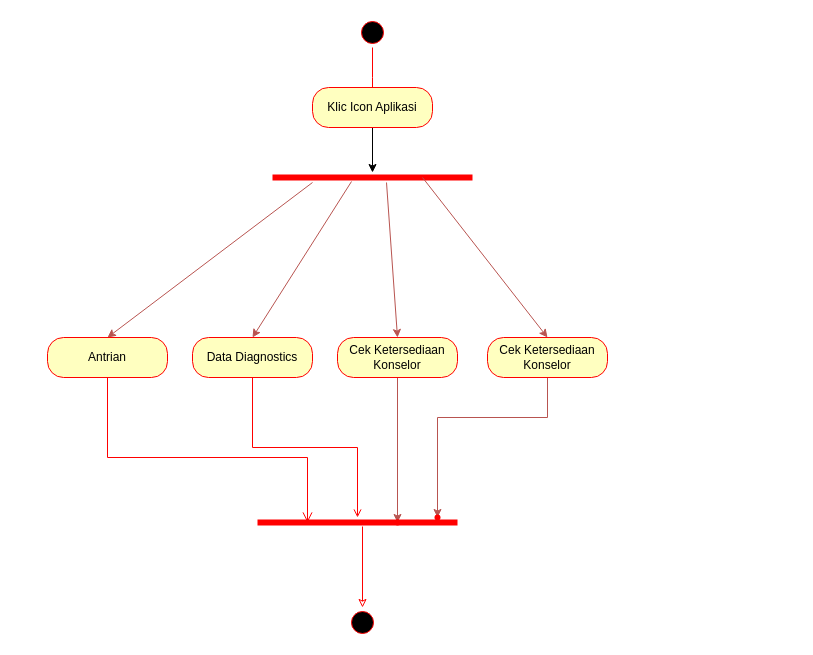
mahesri/uml_ads_sms3 keeps this draw.io diagram as Mini-Proj/Activity Entry Form.drawio. Above is the earlier version. Source tidied: cells renumbered, new cells numbered last; positions are measured from the earlier drawing's top-left corner, leaving out a move shared by most shapes. Both pictures are drawn from the tidied source at 100%, with x=0, y=0 at pixel (47, 17).
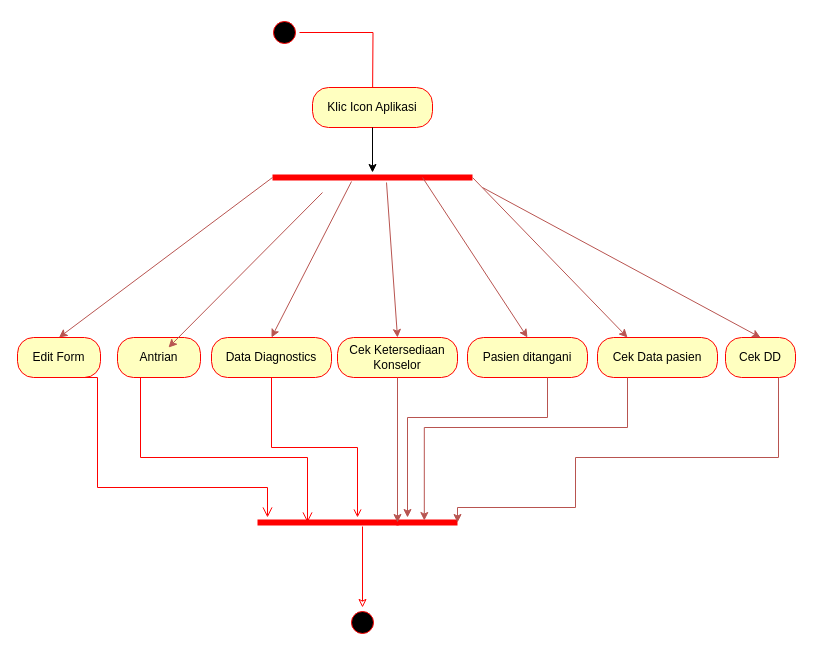
Above is the later version.

Unchanged cells that the change refers to:
```xml
<mxCell id="5" value="Klic Icon Aplikasi" style="rounded=1;whiteSpace=wrap;html=1;arcSize=40;fontColor=#000000;fillColor=#ffffc0;strokeColor=#ff0000;" parent="1" vertex="1">
  <mxGeometry x="265" y="70" width="120" height="40" as="geometry" />
</mxCell>
<mxCell id="6" style="shape=line;html=1;strokeWidth=6;strokeColor=#ff0000;" parent="1" vertex="1">
  <mxGeometry x="225" y="155" width="200" height="10" as="geometry" />
</mxCell>
<mxCell id="14" value="Cek Ketersediaan&lt;br&gt;Konselor" style="rounded=1;whiteSpace=wrap;html=1;arcSize=40;fontColor=#000000;fillColor=#ffffc0;strokeColor=#ff0000;" parent="1" vertex="1">
  <mxGeometry x="290" y="320" width="120" height="40" as="geometry" />
</mxCell>
<mxCell id="18" style="shape=line;html=1;strokeWidth=6;strokeColor=#ff0000;" parent="1" vertex="1">
  <mxGeometry x="210" y="500" width="200" height="10" as="geometry" />
</mxCell>
<mxCell id="20" style="shape=waypoint;sketch=0;size=6;points=[];fillColor=#ffffc0;perimeter=centerPerimeter;snapToPoint=1;strokeColor=#ff0000;fontColor=#000000;rounded=1;arcSize=40;" parent="1" vertex="1">
  <mxGeometry x="340" y="495" width="20" height="20" as="geometry" />
</mxCell>
```

What changed in the source:
```diff
@@
     <mxCell id="2" style="ellipse;html=1;shape=startState;fillColor=#000000;strokeColor=#ff0000;" parent="1" vertex="1">
-      <mxGeometry x="310" width="30" height="30" as="geometry" />
+      <mxGeometry x="222" width="30" height="30" as="geometry" />
     </mxCell>
@@
-    <mxCell id="4" style="edgeStyle=orthogonalEdgeStyle;rounded=0;jettySize=auto;html=1;" parent="1" edge="1" source="5" target="6">
-      <mxGeometry relative="1" as="geometry" />
-    </mxCell>
@@
+    <mxCell id="4" style="edgeStyle=orthogonalEdgeStyle;rounded=0;jettySize=auto;html=1;" parent="1" edge="1" source="5" target="6">
+      <mxGeometry relative="1" as="geometry" />
+    </mxCell>
-    <mxCell id="7" style="endArrow=classic;html=1;rounded=0;fillColor=#f8cecc;strokeColor=#b85450;entryX=0.5;entryY=0;entryDx=0;entryDy=0;" parent="1" edge="1" target="8">
-      <mxGeometry relative="1" as="geometry">
-        <mxPoint x="265" y="165" as="sourcePoint" />
-      </mxGeometry>
+    <mxCell id="7" style="endArrow=classic;html=1;rounded=0;fillColor=#f8cecc;strokeColor=#b85450;entryX=0.5;entryY=0;entryDx=0;entryDy=0;exitX=0;exitY=0.5;exitDx=0;exitDy=0;exitPerimeter=0;" parent="1" edge="1" source="6" target="30">
+      <mxGeometry relative="1" as="geometry" />
     </mxCell>
     <mxCell id="8" value="Antrian" style="rounded=1;whiteSpace=wrap;html=1;arcSize=40;fontColor=#000000;fillColor=#ffffc0;strokeColor=#ff0000;" parent="1" vertex="1">
-      <mxGeometry y="320" width="120" height="40" as="geometry" />
+      <mxGeometry x="70" y="320" width="83" height="40" as="geometry" />
     </mxCell>
     <mxCell id="9" style="edgeStyle=orthogonalEdgeStyle;html=1;verticalAlign=bottom;endArrow=open;endSize=8;strokeColor=#ff0000;rounded=0;entryX=0.25;entryY=0.5;entryDx=0;entryDy=0;entryPerimeter=0;" parent="1" edge="1" source="8" target="18">
       <mxGeometry relative="1" as="geometry">
         <Array as="points">
-          <mxPoint x="60" y="440" />
+          <mxPoint x="93" y="440" />
           <mxPoint x="260" y="440" />
         </Array>
       </mxGeometry>
     </mxCell>
@@
     <mxCell id="11" value="Data Diagnostics" style="rounded=1;whiteSpace=wrap;html=1;arcSize=40;fontColor=#000000;fillColor=#ffffc0;strokeColor=#ff0000;" parent="1" vertex="1">
-      <mxGeometry x="145" y="320" width="120" height="40" as="geometry" />
+      <mxGeometry x="164" y="320" width="120" height="40" as="geometry" />
     </mxCell>
@@
-    <mxCell id="13" style="edgeStyle=orthogonalEdgeStyle;rounded=0;jettySize=auto;html=1;fillColor=#f8cecc;strokeColor=#b85450;" parent="1" edge="1" source="14" target="20">
-      <mxGeometry relative="1" as="geometry" />
-    </mxCell>
@@
-    <mxCell id="16" style="edgeStyle=orthogonalEdgeStyle;rounded=0;jettySize=auto;html=1;fillColor=#f8cecc;strokeColor=#b85450;" parent="1" edge="1" source="17" target="21">
-      <mxGeometry relative="1" as="geometry">
-        <Array as="points">
-          <mxPoint x="500" y="400" />
-          <mxPoint x="390" y="400" />
-        </Array>
-      </mxGeometry>
-    </mxCell>
-    <mxCell id="17" value="Cek Ketersediaan Konselor" style="rounded=1;whiteSpace=wrap;html=1;arcSize=40;fontColor=#000000;fillColor=#ffffc0;strokeColor=#ff0000;" parent="1" vertex="1">
-      <mxGeometry x="440" y="320" width="120" height="40" as="geometry" />
+    <mxCell id="17" value="Pasien ditangani" style="rounded=1;whiteSpace=wrap;html=1;arcSize=40;fontColor=#000000;fillColor=#ffffc0;strokeColor=#ff0000;" parent="1" vertex="1">
+      <mxGeometry x="420" y="320" width="120" height="40" as="geometry" />
     </mxCell>
@@
-    <mxCell id="21" style="shape=waypoint;sketch=0;size=6;points=[];fillColor=#ffffc0;perimeter=centerPerimeter;snapToPoint=1;strokeColor=#ff0000;fontColor=#000000;rounded=1;arcSize=40;" parent="1" vertex="1">
-      <mxGeometry x="380" y="490" width="20" height="20" as="geometry" />
-    </mxCell>
+    <mxCell id="13" style="edgeStyle=orthogonalEdgeStyle;rounded=0;jettySize=auto;html=1;fillColor=#f8cecc;strokeColor=#b85450;" parent="1" edge="1" source="14" target="20">
+      <mxGeometry relative="1" as="geometry" />
+    </mxCell>
@@
+    <mxCell id="16" style="edgeStyle=orthogonalEdgeStyle;rounded=0;jettySize=auto;html=1;fillColor=#f8cecc;strokeColor=#b85450;" parent="1" edge="1" source="17">
+      <mxGeometry relative="1" as="geometry">
+        <mxPoint x="360" y="500" as="targetPoint" />
+        <Array as="points">
+          <mxPoint x="500" y="400" />
+          <mxPoint x="360" y="400" />
+        </Array>
+      </mxGeometry>
+    </mxCell>
+    <mxCell id="24" value="Cek Data pasien" style="rounded=1;whiteSpace=wrap;html=1;arcSize=40;fontColor=#000000;fillColor=#ffffc0;strokeColor=#ff0000;" parent="1" vertex="1">
+      <mxGeometry x="550" y="320" width="120" height="40" as="geometry" />
+    </mxCell>
+    <mxCell id="25" style="endArrow=classic;html=1;rounded=0;fillColor=#f8cecc;strokeColor=#b85450;entryX=0.25;entryY=0;entryDx=0;entryDy=0;exitX=1;exitY=0.5;exitDx=0;exitDy=0;exitPerimeter=0;" parent="1" edge="1" source="6" target="24">
+      <mxGeometry relative="1" as="geometry" />
+    </mxCell>
+    <mxCell id="26" style="edgeStyle=orthogonalEdgeStyle;rounded=0;jettySize=auto;html=1;fillColor=#f8cecc;strokeColor=#b85450;exitX=0.25;exitY=1;exitDx=0;exitDy=0;entryX=0.834;entryY=0.3;entryDx=0;entryDy=0;entryPerimeter=0;" parent="1" edge="1" source="24" target="18">
+      <mxGeometry relative="1" as="geometry">
+        <Array as="points">
+          <mxPoint x="580" y="410" />
+          <mxPoint x="377" y="410" />
+        </Array>
+      </mxGeometry>
+    </mxCell>
+    <mxCell id="27" value="Cek DD" style="rounded=1;whiteSpace=wrap;html=1;arcSize=40;fontColor=#000000;fillColor=#ffffc0;strokeColor=#ff0000;" parent="1" vertex="1">
+      <mxGeometry x="678" y="320" width="70" height="40" as="geometry" />
+    </mxCell>
+    <mxCell id="28" style="endArrow=classic;html=1;rounded=0;fillColor=#f8cecc;strokeColor=#b85450;entryX=0.5;entryY=0;entryDx=0;entryDy=0;exitX=1;exitY=0.5;exitDx=0;exitDy=0;exitPerimeter=0;" parent="1" edge="1" target="27">
+      <mxGeometry relative="1" as="geometry">
+        <mxPoint x="435" y="170" as="sourcePoint" />
+      </mxGeometry>
+    </mxCell>
+    <mxCell id="29" style="edgeStyle=orthogonalEdgeStyle;rounded=0;jettySize=auto;html=1;fillColor=#f8cecc;strokeColor=#b85450;exitX=0.25;exitY=1;exitDx=0;exitDy=0;entryX=1;entryY=0.5;entryDx=0;entryDy=0;entryPerimeter=0;" parent="1" edge="1" target="18">
+      <mxGeometry relative="1" as="geometry">
+        <mxPoint x="731" y="360" as="sourcePoint" />
+        <Array as="points">
+          <mxPoint x="731" y="440" />
+          <mxPoint x="528" y="440" />
+          <mxPoint x="528" y="490" />
+          <mxPoint x="410" y="490" />
+        </Array>
+      </mxGeometry>
+    </mxCell>
+    <mxCell id="30" value="Edit Form" style="rounded=1;whiteSpace=wrap;html=1;arcSize=40;fontColor=#000000;fillColor=#ffffc0;strokeColor=#ff0000;" parent="1" vertex="1">
+      <mxGeometry x="-30" y="320" width="83" height="40" as="geometry" />
+    </mxCell>
+    <mxCell id="31" style="endArrow=classic;html=1;rounded=0;fillColor=#f8cecc;strokeColor=#b85450;entryX=0.5;entryY=0;entryDx=0;entryDy=0;" parent="1" edge="1">
+      <mxGeometry relative="1" as="geometry">
+        <mxPoint x="275" y="175" as="sourcePoint" />
+        <mxPoint x="121" y="330" as="targetPoint" />
+      </mxGeometry>
+    </mxCell>
+    <mxCell id="32" style="edgeStyle=orthogonalEdgeStyle;html=1;verticalAlign=bottom;endArrow=open;endSize=8;strokeColor=#ff0000;rounded=0;exitX=0.5;exitY=1;exitDx=0;exitDy=0;" parent="1" edge="1" source="30">
+      <mxGeometry relative="1" as="geometry">
+        <mxPoint x="220" y="500" as="targetPoint" />
+        <Array as="points">
+          <mxPoint x="50" y="360" />
+          <mxPoint x="50" y="470" />
+          <mxPoint x="220" y="470" />
+        </Array>
+      </mxGeometry>
+    </mxCell>
```
